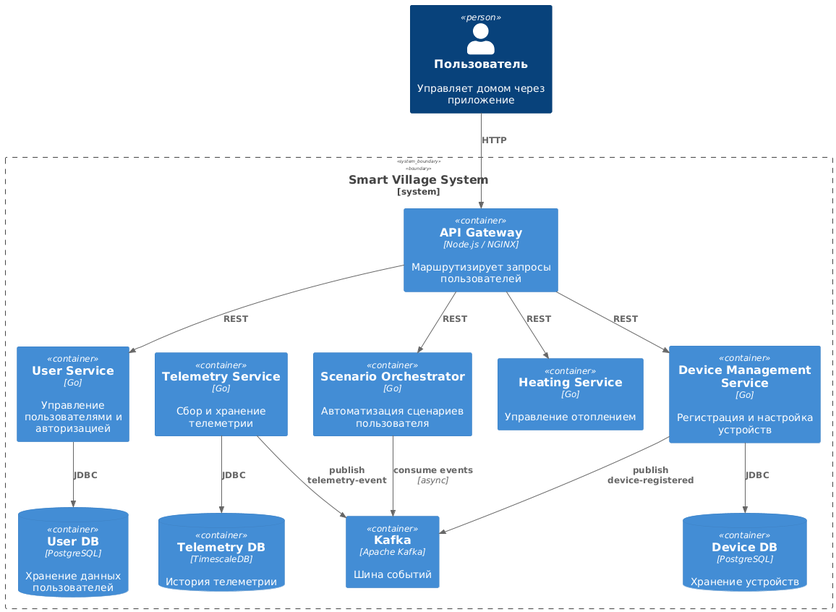
Earlier version of the PlantUML export diagrams/container.png (Irbiss555/sprint_3).
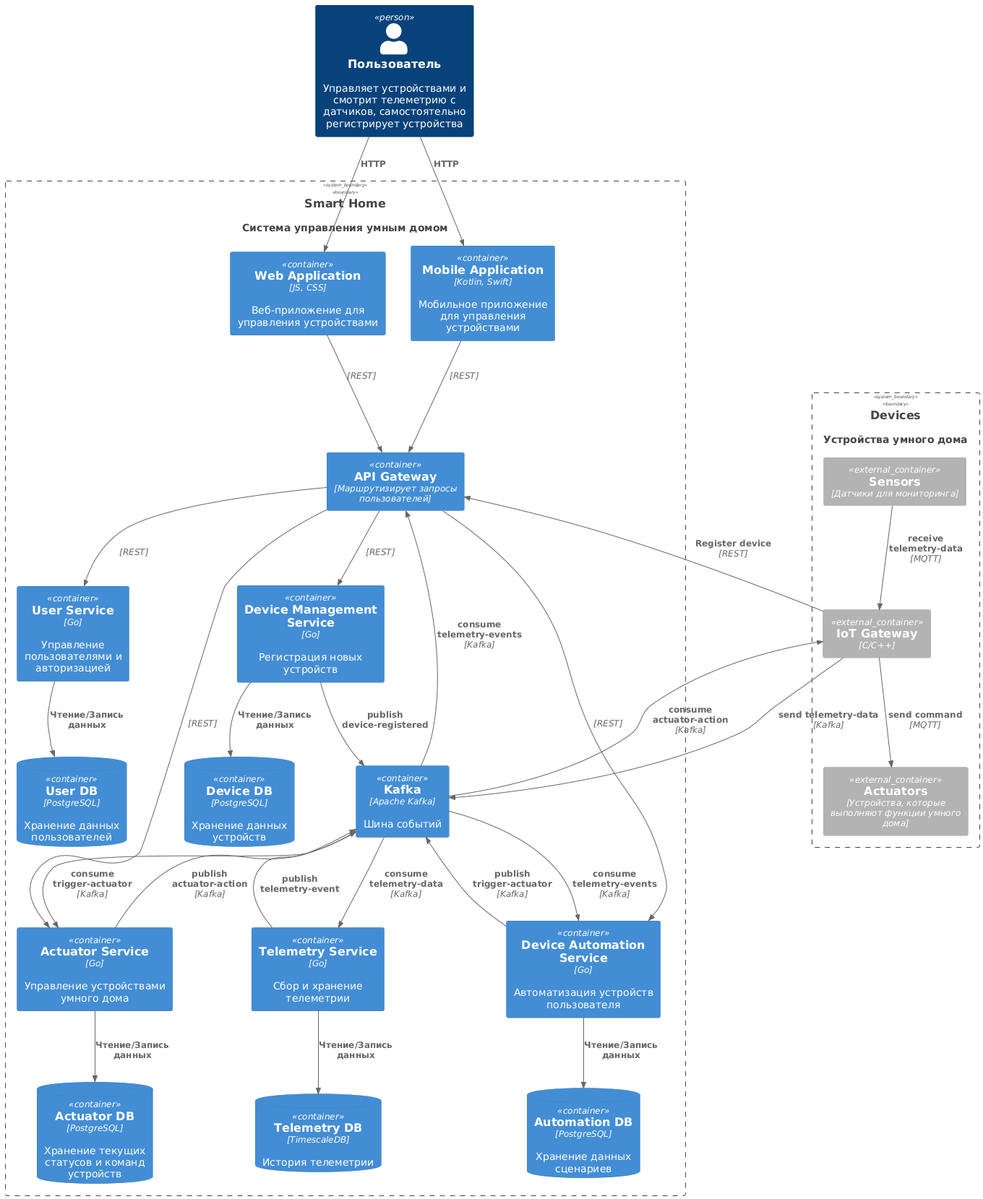
After the commit.

Commit message:
add component diagram and update container relationships for clarity

Diff of the diagram source:
```diff
@@ -1,33 +1,62 @@
 @startuml
 !includeurl https://raw.githubusercontent.com/plantuml-stdlib/C4-PlantUML/master/C4_Container.puml
 
-Person(user, "Пользователь", "Управляет домом через приложение")
-System_Boundary(system, "Smart Village System") {
+Person(user, "Пользователь", "Управляет устройствами и смотрит телеметрию с датчиков, самостоятельно регистрирует устройства")
+System(smart_home, "Smart Home", "Система управления умным домом")
+System_Ext(devices, "Devices", "Устройства умного дома")
 
-  Container(apiGateway, "API Gateway", "Node.js / NGINX", "Маршрутизирует запросы пользователей")
-  Container(userService, "User Service", "Go", "Управление пользователями и авторизацией")
-  Container(deviceService, "Device Management Service", "Go", "Регистрация и настройка устройств")
-  Container(heatingService, "Heating Service", "Go", "Управление отоплением")
-  Container(telemetryService, "Telemetry Service", "Go", "Сбор и хранение телеметрии")
-  Container(scenarioService, "Scenario Orchestrator", "Go", "Автоматизация сценариев пользователя")
-  Container(kafka, "Kafka", "Apache Kafka", "Шина событий")
-  ContainerDb(pgUser, "User DB", "PostgreSQL", "Хранение данных пользователей")
-  ContainerDb(pgDevice, "Device DB", "PostgreSQL", "Хранение устройств")
-  ContainerDb(pgTelemetry, "Telemetry DB", "TimescaleDB", "История телеметрии")
+System_Boundary(devices, "Устройства умного дома") {
+    Container_Ext(iot_gateway, "IoT Gateway", "C/C++")
+    Container_Ext(sensor, "Sensors", "Датчики для мониторинга")
+    Container_Ext(actuator, "Actuators", "Устройства, которые выполняют функции умного дома")
+    }
+
+System_Boundary(smart_home, "Система управления умным домом") {
+  Container(web_app, "Web Application", "JS, CSS", "Веб-приложение для управления устройствами")
+  Container(mobile_app, "Mobile Application", "Kotlin, Swift", "Мобильное приложение для управления устройствами")
+
+  Container(api_gateway, "API Gateway", "Маршрутизирует запросы пользователей")
+  Container(user_service, "User Service", "Go", "Управление пользователями и авторизацией")
+  Container(device_service, "Device Management Service", "Go", "Регистрация новых устройств")
+  Container(actuator_service, "Actuator Service", "Go", "Управление устройствами умного дома")
+  Container(telemetry_service, "Telemetry Service", "Go", "Сбор и хранение телеметрии")
+  Container(automation_service, "Device Automation Service", "Go", "Автоматизация устройств пользователя")
+  Container(Kafka, "Kafka", "Apache Kafka", "Шина событий")
+  ContainerDb(pg_user, "User DB", "PostgreSQL", "Хранение данных пользователей")
+  ContainerDb(actuator_db, "Actuator DB", "PostgreSQL", "Хранение текущих статусов и команд устройств")
+  ContainerDb(automation_db, "Automation DB", "PostgreSQL", "Хранение данных сценариев")
+  ContainerDb(pg_device, "Device DB", "PostgreSQL", "Хранение данных устройств")
+  ContainerDb(pg_telemetry, "Telemetry DB", "TimescaleDB", "История телеметрии")
 }
 
-Rel(user, apiGateway, "HTTP")
-Rel(apiGateway, userService, "REST")
-Rel(apiGateway, deviceService, "REST")
-Rel(apiGateway, heatingService, "REST")
-Rel(apiGateway, scenarioService, "REST")
+Rel(user, web_app, "HTTP")
+Rel(user, mobile_app, "HTTP")
 
-Rel(userService, pgUser, "JDBC")
-Rel(deviceService, pgDevice, "JDBC")
-Rel(telemetryService, pgTelemetry, "JDBC")
+Rel(web_app, api_gateway, "", "REST")
+Rel(mobile_app, api_gateway, "", "REST")
+Rel(api_gateway, user_service, "", "REST")
+Rel(api_gateway, device_service, "", "REST")
+Rel(api_gateway, actuator_service, "", "REST")
+Rel(api_gateway, automation_service, "", "REST")
+Rel(iot_gateway, api_gateway, "Register device", "REST")
 
-Rel(deviceService, kafka, "publish device-registered")
-Rel(telemetryService, kafka, "publish telemetry-event")
-Rel(scenarioService, kafka, "consume events", "async")
+Rel(user_service, pg_user, "Чтение/Запись данных")
+Rel(device_service, pg_device, "Чтение/Запись данных")
+Rel(telemetry_service, pg_telemetry, "Чтение/Запись данных")
+Rel(automation_service, automation_db, "Чтение/Запись данных")
+Rel(actuator_service, actuator_db, "Чтение/Запись данных")
 
+Rel(device_service, Kafka, "publish device-registered")
+Rel(telemetry_service, Kafka, "publish telemetry-event")
+Rel(iot_gateway, Kafka, "send telemetry-data", "Kafka")
+Rel(automation_service, Kafka, "publish trigger-actuator", "Kafka")
+Rel(actuator_service, Kafka, "publish actuator-action", "Kafka")
+Rel(Kafka, telemetry_service, "consume telemetry-data", "Kafka")
+Rel(Kafka, actuator_service, "consume trigger-actuator", "Kafka")
+Rel(Kafka, automation_service, "consume telemetry-events", "Kafka")
+Rel(Kafka, iot_gateway, "consume actuator-action", "Kafka")
+Rel(Kafka, api_gateway, "consume telemetry-events", "Kafka")
+
+Rel(iot_gateway, actuator, "send command", "MQTT")
+Rel(sensor, iot_gateway, "receive telemetry-data", "MQTT")
 @enduml
```
